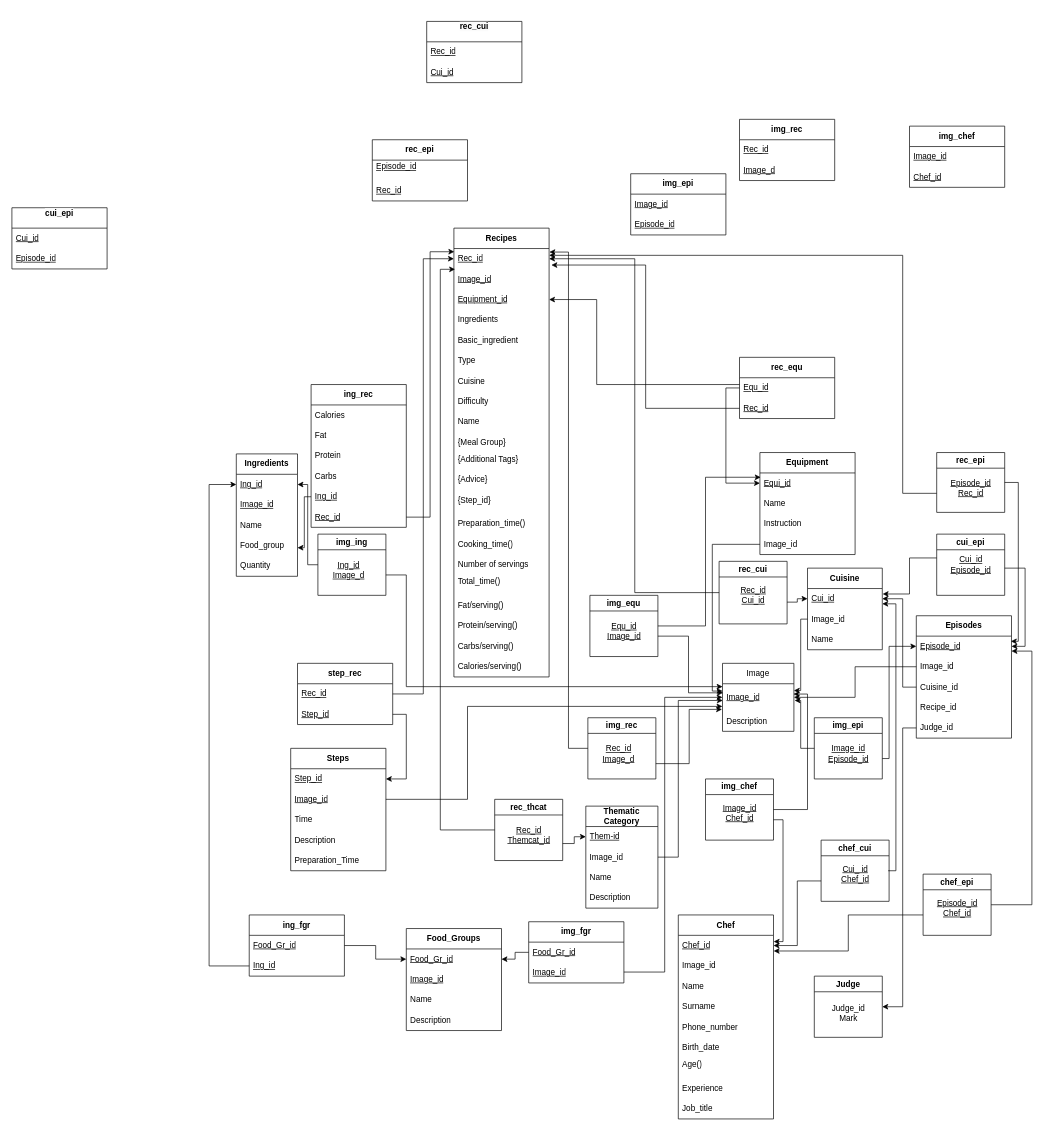
Before: Relational Model.drawio in Stavriana/Databases, a draw.io diagram. Source tidied: cells renumbered, new cells numbered last; positions are measured from the earlier drawing's top-left corner, leaving out a move shared by most shapes. Both pictures are drawn from the tidied source at 68%, with x=0, y=0 at pixel (12, 21).
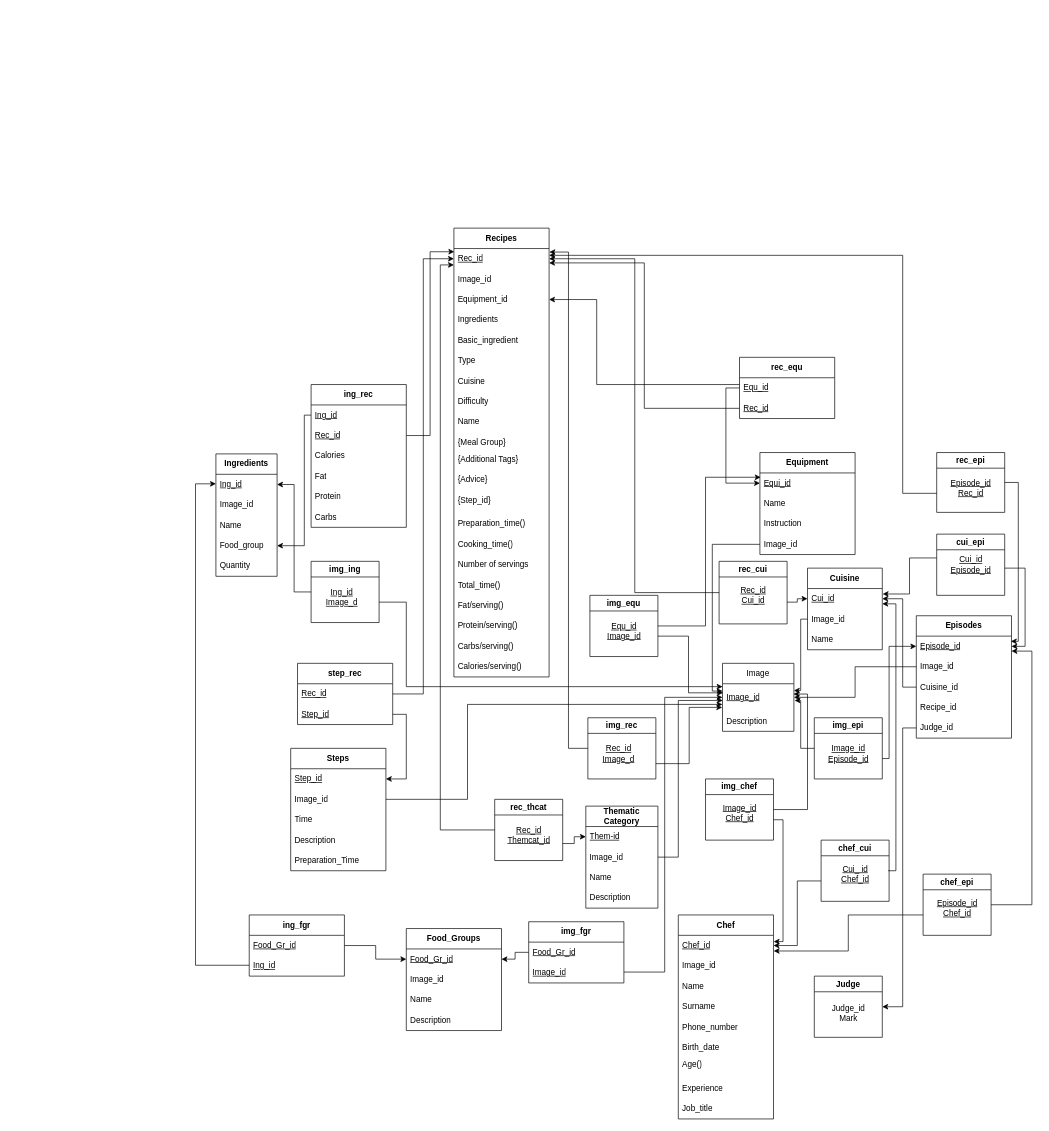
The same diagram, later.

Unchanged cells that the change refers to:
```xml
<mxCell id="9" value="rec_thcat" style="swimlane;whiteSpace=wrap;html=1;" parent="1" vertex="1">
  <mxGeometry x="710" y="1144" width="100" height="90" as="geometry" />
</mxCell>
<mxCell id="20" value="img_rec" style="swimlane;whiteSpace=wrap;html=1;" parent="1" vertex="1">
  <mxGeometry x="847" y="1024" width="100" height="90" as="geometry" />
</mxCell>
<mxCell id="50" value="&lt;u&gt;Ing_id&lt;/u&gt;" style="text;strokeColor=none;fillColor=none;align=left;verticalAlign=middle;spacingLeft=4;spacingRight=4;overflow=hidden;points=[[0,0.5],[1,0.5]];portConstraint=eastwest;whiteSpace=wrap;html=1;" parent="49" vertex="1">
  <mxGeometry y="30" width="90" height="30" as="geometry" />
</mxCell>
<mxCell id="53" value="Food_group" style="text;strokeColor=none;fillColor=none;align=left;verticalAlign=middle;spacingLeft=4;spacingRight=4;overflow=hidden;points=[[0,0.5],[1,0.5]];portConstraint=eastwest;whiteSpace=wrap;html=1;" parent="49" vertex="1">
  <mxGeometry y="120" width="90" height="30" as="geometry" />
</mxCell>
<mxCell id="55" value="&lt;b&gt;ing_rec&lt;/b&gt;" style="swimlane;fontStyle=0;horizontal=1;startSize=30;whiteSpace=wrap;html=1;" parent="1" vertex="1">
  <mxGeometry x="440" y="534" width="140" height="210" as="geometry" />
</mxCell>
<mxCell id="68" value="&lt;b&gt;Steps&lt;/b&gt;" style="swimlane;fontStyle=0;horizontal=1;startSize=30;whiteSpace=wrap;html=1;" parent="1" vertex="1">
  <mxGeometry x="410" y="1069" width="140" height="180" as="geometry" />
</mxCell>
<mxCell id="80" value="&lt;b&gt;Food_Groups&lt;/b&gt;" style="swimlane;fontStyle=0;horizontal=1;startSize=30;whiteSpace=wrap;html=1;" parent="1" vertex="1">
  <mxGeometry x="580" y="1334" width="140" height="150" as="geometry" />
</mxCell>
<mxCell id="91" value="&lt;u&gt;Ing_id&lt;/u&gt;" style="text;strokeColor=none;fillColor=none;align=left;verticalAlign=middle;spacingLeft=4;spacingRight=4;overflow=hidden;points=[[0,0.5],[1,0.5]];portConstraint=eastwest;whiteSpace=wrap;html=1;" parent="89" vertex="1">
  <mxGeometry y="60" width="140" height="30" as="geometry" />
</mxCell>
<mxCell id="124" value="&lt;u style=&quot;text-align: center; text-wrap: nowrap;&quot;&gt;Rec_id&lt;/u&gt;" style="text;strokeColor=none;fillColor=none;align=left;verticalAlign=middle;spacingLeft=4;spacingRight=4;overflow=hidden;points=[[0,0.5],[1,0.5]];portConstraint=eastwest;whiteSpace=wrap;html=1;" parent="122" vertex="1">
  <mxGeometry y="60" width="140" height="30" as="geometry" />
</mxCell>
<mxCell id="125" value="&lt;b&gt;Recipes&lt;/b&gt;" style="swimlane;fontStyle=0;horizontal=1;startSize=30;whiteSpace=wrap;html=1;" parent="1" vertex="1">
  <mxGeometry x="650" y="304" width="140" height="660" as="geometry" />
</mxCell>
<mxCell id="126" value="&lt;u style=&quot;text-align: center; text-wrap: nowrap;&quot;&gt;Rec_id&lt;/u&gt;" style="text;strokeColor=none;fillColor=none;align=left;verticalAlign=middle;spacingLeft=4;spacingRight=4;overflow=hidden;points=[[0,0.5],[1,0.5]];portConstraint=eastwest;whiteSpace=wrap;html=1;" parent="125" vertex="1">
  <mxGeometry y="30" width="140" height="30" as="geometry" />
</mxCell>
<mxCell id="149" value="&lt;u style=&quot;text-align: center; text-wrap: nowrap;&quot;&gt;Image_id&lt;/u&gt;" style="text;strokeColor=none;fillColor=none;align=left;verticalAlign=middle;spacingLeft=4;spacingRight=4;overflow=hidden;points=[[0,0.5],[1,0.5]];portConstraint=eastwest;whiteSpace=wrap;html=1;" parent="148" vertex="1">
  <mxGeometry y="30" width="105" height="40" as="geometry" />
</mxCell>
```

Diff of the diagram source:
```diff
@@
-    <mxCell id="2" style="edgeStyle=elbowEdgeStyle;rounded=0;jettySize=auto;html=1;exitX=0;exitY=0.5;exitDx=0;exitDy=0;entryX=1.024;entryY=-0.191;entryDx=0;entryDy=0;entryPerimeter=0;" parent="1" edge="1" source="124" target="127">
+    <mxCell id="2" style="edgeStyle=elbowEdgeStyle;rounded=0;jettySize=auto;html=1;exitX=0;exitY=0.5;exitDx=0;exitDy=0;entryX=1;entryY=0.704;entryDx=0;entryDy=0;entryPerimeter=0;" parent="1" edge="1" source="124" target="126">
       <mxGeometry relative="1" as="geometry" />
     </mxCell>
@@
-    <mxCell id="7" style="edgeStyle=elbowEdgeStyle;rounded=0;jettySize=auto;html=1;exitX=0;exitY=0.5;exitDx=0;exitDy=0;entryX=0.012;entryY=1.018;entryDx=0;entryDy=0;entryPerimeter=0;" parent="1" edge="1" source="9" target="126">
+    <mxCell id="7" style="edgeStyle=elbowEdgeStyle;rounded=0;jettySize=auto;html=1;exitX=0;exitY=0.5;exitDx=0;exitDy=0;entryX=0;entryY=0.803;entryDx=0;entryDy=0;entryPerimeter=0;" parent="1" edge="1" source="9" target="126">
       <mxGeometry relative="1" as="geometry">
         <Array as="points">
           <mxPoint x="630" y="804" />
           <mxPoint x="620" y="884" />
           <mxPoint x="670" y="959" />
         </Array>
       </mxGeometry>
     </mxCell>
@@
     <mxCell id="49" value="&lt;b&gt;Ingredients&lt;/b&gt;" style="swimlane;fontStyle=0;horizontal=1;startSize=30;whiteSpace=wrap;html=1;" parent="1" vertex="1">
-      <mxGeometry x="330" y="636" width="90" height="180" as="geometry" />
+      <mxGeometry x="300" y="636" width="90" height="180" as="geometry" />
     </mxCell>
@@
-    <mxCell id="51" value="&lt;u&gt;Image_id&lt;/u&gt;" style="text;strokeColor=none;fillColor=none;align=left;verticalAlign=middle;spacingLeft=4;spacingRight=4;overflow=hidden;whiteSpace=wrap;html=1;" parent="49" vertex="1">
+    <mxCell id="51" value="Image_id" style="text;strokeColor=none;fillColor=none;align=left;verticalAlign=middle;spacingLeft=4;spacingRight=4;overflow=hidden;whiteSpace=wrap;html=1;" parent="49" vertex="1">
       <mxGeometry y="60" width="90" height="30" as="geometry" />
     </mxCell>
@@
+    <mxCell id="60" value="&lt;u&gt;Ing_id&lt;/u&gt;" style="text;strokeColor=none;fillColor=none;align=left;verticalAlign=middle;spacingLeft=4;spacingRight=4;overflow=hidden;points=[[0,0.5],[1,0.5]];portConstraint=eastwest;whiteSpace=wrap;html=1;" parent="55" vertex="1">
+      <mxGeometry y="30" width="140" height="30" as="geometry" />
+    </mxCell>
+    <mxCell id="61" value="&lt;u&gt;Rec_id&lt;/u&gt;" style="text;strokeColor=none;fillColor=none;align=left;verticalAlign=middle;spacingLeft=4;spacingRight=4;overflow=hidden;points=[[0,0.5],[1,0.5]];portConstraint=eastwest;whiteSpace=wrap;html=1;" parent="55" vertex="1">
+      <mxGeometry y="60" width="140" height="30" as="geometry" />
+    </mxCell>
     <mxCell id="56" value="Calories" style="text;strokeColor=none;fillColor=none;align=left;verticalAlign=middle;spacingLeft=4;spacingRight=4;overflow=hidden;whiteSpace=wrap;html=1;" parent="55" vertex="1">
-      <mxGeometry y="30" width="140" height="30" as="geometry" />
+      <mxGeometry y="90" width="140" height="30" as="geometry" />
     </mxCell>
     <mxCell id="57" value="Fat" style="text;strokeColor=none;fillColor=none;align=left;verticalAlign=middle;spacingLeft=4;spacingRight=4;overflow=hidden;whiteSpace=wrap;html=1;" parent="55" vertex="1">
-      <mxGeometry y="60" width="140" height="30" as="geometry" />
+      <mxGeometry y="120" width="140" height="30" as="geometry" />
     </mxCell>
     <mxCell id="58" value="Protein" style="text;strokeColor=none;fillColor=none;align=left;verticalAlign=middle;spacingLeft=4;spacingRight=4;overflow=hidden;whiteSpace=wrap;html=1;" parent="55" vertex="1">
-      <mxGeometry y="90" width="140" height="30" as="geometry" />
+      <mxGeometry y="150" width="140" height="30" as="geometry" />
     </mxCell>
     <mxCell id="59" value="Carbs" style="text;strokeColor=none;fillColor=none;align=left;verticalAlign=middle;spacingLeft=4;spacingRight=4;overflow=hidden;whiteSpace=wrap;html=1;" parent="55" vertex="1">
-      <mxGeometry y="120" width="140" height="30" as="geometry" />
+      <mxGeometry y="180" width="140" height="30" as="geometry" />
     </mxCell>
-    <mxCell id="60" value="&lt;u&gt;Ing_id&lt;/u&gt;" style="text;strokeColor=none;fillColor=none;align=left;verticalAlign=middle;spacingLeft=4;spacingRight=4;overflow=hidden;points=[[0,0.5],[1,0.5]];portConstraint=eastwest;whiteSpace=wrap;html=1;" parent="55" vertex="1">
-      <mxGeometry y="150" width="140" height="30" as="geometry" />
-    </mxCell>
-    <mxCell id="61" value="&lt;u&gt;Rec_id&lt;/u&gt;" style="text;strokeColor=none;fillColor=none;align=left;verticalAlign=middle;spacingLeft=4;spacingRight=4;overflow=hidden;points=[[0,0.5],[1,0.5]];portConstraint=eastwest;whiteSpace=wrap;html=1;" parent="55" vertex="1">
-      <mxGeometry y="180" width="140" height="30" as="geometry" />
-    </mxCell>
@@
-    <mxCell id="63" style="edgeStyle=elbowEdgeStyle;rounded=0;jettySize=auto;html=1;exitX=0;exitY=0.5;exitDx=0;exitDy=0;" parent="1" edge="1" source="60">
+    <mxCell id="63" style="edgeStyle=elbowEdgeStyle;rounded=0;jettySize=auto;html=1;exitX=0;exitY=0.5;exitDx=0;exitDy=0;entryX=1;entryY=0.5;entryDx=0;entryDy=0;" parent="1" edge="1" source="60" target="53">
       <mxGeometry relative="1" as="geometry">
-        <mxPoint x="420" y="774" as="targetPoint" />
+        <Array as="points">
+          <mxPoint x="430" y="674" />
+        </Array>
       </mxGeometry>
     </mxCell>
     <mxCell id="64" style="edgeStyle=elbowEdgeStyle;rounded=0;jettySize=auto;html=1;entryX=0.001;entryY=0.107;entryDx=0;entryDy=0;entryPerimeter=0;" parent="1" edge="1" target="149">
       <mxGeometry relative="1" as="geometry">
-        <mxPoint x="550" y="814" as="sourcePoint" />
+        <mxPoint x="540" y="854" as="sourcePoint" />
         <Array as="points">
           <mxPoint x="580" y="957.8" />
         </Array>
       </mxGeometry>
     </mxCell>
     <mxCell id="65" value="img_ing" style="swimlane;whiteSpace=wrap;html=1;startSize=23;" parent="1" vertex="1">
-      <mxGeometry x="450" y="754" width="100" height="90" as="geometry" />
+      <mxGeometry x="440" y="794" width="100" height="90" as="geometry" />
     </mxCell>
@@
-    <mxCell id="70" value="&lt;u&gt;Image_id&lt;/u&gt;" style="text;strokeColor=none;fillColor=none;align=left;verticalAlign=middle;spacingLeft=4;spacingRight=4;overflow=hidden;points=[[0,0.5],[1,0.5]];portConstraint=eastwest;whiteSpace=wrap;html=1;" parent="68" vertex="1">
+    <mxCell id="70" value="Image_id" style="text;strokeColor=none;fillColor=none;align=left;verticalAlign=middle;spacingLeft=4;spacingRight=4;overflow=hidden;points=[[0,0.5],[1,0.5]];portConstraint=eastwest;whiteSpace=wrap;html=1;" parent="68" vertex="1">
       <mxGeometry y="60" width="140" height="30" as="geometry" />
     </mxCell>
@@
-    <mxCell id="74" style="edgeStyle=elbowEdgeStyle;rounded=0;jettySize=auto;html=1;exitX=1;exitY=0.5;exitDx=0;exitDy=0;entryX=-0.001;entryY=0.833;entryDx=0;entryDy=0;entryPerimeter=0;" parent="1" edge="1" source="70" target="149">
+    <mxCell id="74" style="edgeStyle=elbowEdgeStyle;rounded=0;jettySize=auto;html=1;exitX=1;exitY=0.5;exitDx=0;exitDy=0;entryX=-0.001;entryY=0.76;entryDx=0;entryDy=0;entryPerimeter=0;" parent="1" edge="1" source="70" target="149">
       <mxGeometry relative="1" as="geometry">
         <Array as="points">
           <mxPoint x="670" y="1064" />
         </Array>
       </mxGeometry>
     </mxCell>
@@
-    <mxCell id="82" value="&lt;u&gt;Image_id&lt;/u&gt;" style="text;strokeColor=none;fillColor=none;align=left;verticalAlign=middle;spacingLeft=4;spacingRight=4;overflow=hidden;whiteSpace=wrap;html=1;" parent="80" vertex="1">
+    <mxCell id="82" value="Image_id" style="text;strokeColor=none;fillColor=none;align=left;verticalAlign=middle;spacingLeft=4;spacingRight=4;overflow=hidden;whiteSpace=wrap;html=1;" parent="80" vertex="1">
       <mxGeometry y="60" width="140" height="30" as="geometry" />
     </mxCell>
@@
-    <mxCell id="93" style="edgeStyle=elbowEdgeStyle;rounded=0;jettySize=auto;html=1;exitX=0;exitY=0.5;exitDx=0;exitDy=0;entryX=0;entryY=0.5;entryDx=0;entryDy=0;" parent="1" edge="1" source="91" target="50">
+    <mxCell id="93" style="edgeStyle=elbowEdgeStyle;rounded=0;orthogonalLoop=1;jettySize=auto;html=1;exitX=0;exitY=0.5;exitDx=0;exitDy=0;entryX=0;entryY=0.5;entryDx=0;entryDy=0;" parent="1" edge="1">
       <mxGeometry relative="1" as="geometry">
+        <mxPoint x="349" y="1388" as="sourcePoint" />
+        <mxPoint x="300" y="680" as="targetPoint" />
         <Array as="points">
-          <mxPoint x="290" y="1024" />
+          <mxPoint x="270" y="1033" />
         </Array>
       </mxGeometry>
     </mxCell>
-    <mxCell id="94" value="&lt;span style=&quot;font-weight: 700;&quot;&gt;img_rec&lt;/span&gt;" style="swimlane;fontStyle=0;horizontal=1;startSize=30;whiteSpace=wrap;html=1;" parent="1" vertex="1">
-      <mxGeometry x="1070" y="144" width="140" height="90" as="geometry" />
-    </mxCell>
-    <mxCell id="95" value="&lt;u style=&quot;text-align: center; text-wrap: nowrap;&quot;&gt;Rec_id&lt;/u&gt;" style="text;strokeColor=none;fillColor=none;align=left;verticalAlign=middle;spacingLeft=4;spacingRight=4;overflow=hidden;whiteSpace=wrap;html=1;" parent="94" vertex="1">
-      <mxGeometry y="30" width="140" height="30" as="geometry" />
-    </mxCell>
-    <mxCell id="96" value="&lt;u style=&quot;text-align: center; text-wrap: nowrap;&quot;&gt;Image_d&lt;/u&gt;" style="text;strokeColor=none;fillColor=none;align=left;verticalAlign=middle;spacingLeft=4;spacingRight=4;overflow=hidden;whiteSpace=wrap;html=1;" parent="94" vertex="1">
-      <mxGeometry y="60" width="140" height="30" as="geometry" />
-    </mxCell>
-    <mxCell id="97" value="&#10;&lt;span style=&quot;color: rgb(0, 0, 0); font-family: Helvetica; font-size: 12px; font-style: normal; font-variant-ligatures: normal; font-variant-caps: normal; font-weight: 700; letter-spacing: normal; orphans: 2; text-align: center; text-indent: 0px; text-transform: none; widows: 2; word-spacing: 0px; -webkit-text-stroke-width: 0px; white-space: normal; background-color: rgb(251, 251, 251); text-decoration-thickness: initial; text-decoration-style: initial; text-decoration-color: initial; display: inline !important; float: none;&quot;&gt;cui_epi&lt;/span&gt;&#10;&#10;" style="swimlane;fontStyle=0;horizontal=1;startSize=30;whiteSpace=wrap;html=1;" parent="1" vertex="1">
-      <mxGeometry y="274" width="140" height="90" as="geometry" />
-    </mxCell>
-    <mxCell id="98" value="&lt;u style=&quot;text-align: center; text-wrap: nowrap;&quot;&gt;Cui_id&lt;/u&gt;" style="text;strokeColor=none;fillColor=none;align=left;verticalAlign=middle;spacingLeft=4;spacingRight=4;overflow=hidden;whiteSpace=wrap;html=1;" parent="97" vertex="1">
-      <mxGeometry y="30" width="140" height="30" as="geometry" />
-    </mxCell>
-    <mxCell id="99" value="&lt;u style=&quot;text-align: center; text-wrap: nowrap;&quot;&gt;Episode_id&lt;/u&gt;" style="text;strokeColor=none;fillColor=none;align=left;verticalAlign=middle;spacingLeft=4;spacingRight=4;overflow=hidden;whiteSpace=wrap;html=1;" parent="97" vertex="1">
-      <mxGeometry y="60" width="140" height="30" as="geometry" />
-    </mxCell>
-    <mxCell id="100" value="&#10;&lt;span style=&quot;color: rgb(0, 0, 0); font-family: Helvetica; font-size: 12px; font-style: normal; font-variant-ligatures: normal; font-variant-caps: normal; font-weight: 700; letter-spacing: normal; orphans: 2; text-align: center; text-indent: 0px; text-transform: none; widows: 2; word-spacing: 0px; -webkit-text-stroke-width: 0px; white-space: normal; background-color: rgb(251, 251, 251); text-decoration-thickness: initial; text-decoration-style: initial; text-decoration-color: initial; display: inline !important; float: none;&quot;&gt;rec_cui&lt;/span&gt;&#10;&#10;" style="swimlane;fontStyle=0;horizontal=1;startSize=30;whiteSpace=wrap;html=1;" parent="1" vertex="1">
-      <mxGeometry x="610" width="140" height="90" as="geometry" />
-    </mxCell>
-    <mxCell id="101" value="&lt;u style=&quot;text-align: center; text-wrap: nowrap;&quot;&gt;Rec_id&lt;/u&gt;" style="text;strokeColor=none;fillColor=none;align=left;verticalAlign=middle;spacingLeft=4;spacingRight=4;overflow=hidden;whiteSpace=wrap;html=1;" parent="100" vertex="1">
-      <mxGeometry y="30" width="140" height="30" as="geometry" />
-    </mxCell>
-    <mxCell id="102" value="&lt;u style=&quot;text-align: center; text-wrap: nowrap;&quot;&gt;Cui_id&lt;/u&gt;" style="text;strokeColor=none;fillColor=none;align=left;verticalAlign=middle;spacingLeft=4;spacingRight=4;overflow=hidden;whiteSpace=wrap;html=1;" parent="100" vertex="1">
-      <mxGeometry y="60" width="140" height="30" as="geometry" />
-    </mxCell>
-    <mxCell id="103" value="&lt;span style=&quot;font-weight: 700;&quot;&gt;rec_epi&lt;/span&gt;" style="swimlane;fontStyle=0;horizontal=1;startSize=30;whiteSpace=wrap;html=1;" parent="1" vertex="1">
-      <mxGeometry x="530" y="174" width="140" height="90" as="geometry" />
-    </mxCell>
-    <mxCell id="104" value="&lt;u style=&quot;text-align: center; text-wrap: nowrap;&quot;&gt;Episode_id&lt;/u&gt;&lt;div&gt;&lt;u style=&quot;text-align: center; text-wrap: nowrap;&quot;&gt;&lt;br&gt;&lt;/u&gt;&lt;/div&gt;" style="text;strokeColor=none;fillColor=none;align=left;verticalAlign=middle;spacingLeft=4;spacingRight=4;overflow=hidden;whiteSpace=wrap;html=1;" parent="103" vertex="1">
-      <mxGeometry y="30" width="140" height="30" as="geometry" />
-    </mxCell>
-    <mxCell id="105" value="&lt;u style=&quot;text-align: center; text-wrap: nowrap;&quot;&gt;Rec_id&lt;/u&gt;" style="text;strokeColor=none;fillColor=none;align=left;verticalAlign=middle;spacingLeft=4;spacingRight=4;overflow=hidden;whiteSpace=wrap;html=1;" parent="103" vertex="1">
-      <mxGeometry y="60" width="140" height="30" as="geometry" />
-    </mxCell>
-    <mxCell id="106" value="&lt;span style=&quot;font-weight: 700;&quot;&gt;img_chef&lt;/span&gt;" style="swimlane;fontStyle=0;horizontal=1;startSize=30;whiteSpace=wrap;html=1;" parent="1" vertex="1">
-      <mxGeometry x="1320" y="154" width="140" height="90" as="geometry" />
-    </mxCell>
-    <mxCell id="107" value="&lt;u style=&quot;text-align: center; text-wrap: nowrap;&quot;&gt;Image_id&lt;/u&gt;" style="text;strokeColor=none;fillColor=none;align=left;verticalAlign=middle;spacingLeft=4;spacingRight=4;overflow=hidden;whiteSpace=wrap;html=1;" parent="106" vertex="1">
-      <mxGeometry y="30" width="140" height="30" as="geometry" />
-    </mxCell>
-    <mxCell id="108" value="&lt;u style=&quot;text-align: center; text-wrap: nowrap;&quot;&gt;Chef_id&lt;/u&gt;" style="text;strokeColor=none;fillColor=none;align=left;verticalAlign=middle;spacingLeft=4;spacingRight=4;overflow=hidden;whiteSpace=wrap;html=1;" parent="106" vertex="1">
-      <mxGeometry y="60" width="140" height="30" as="geometry" />
-    </mxCell>
-    <mxCell id="109" value="&lt;span style=&quot;font-weight: 700;&quot;&gt;img_epi&lt;/span&gt;" style="swimlane;fontStyle=0;horizontal=1;startSize=30;whiteSpace=wrap;html=1;" parent="1" vertex="1">
-      <mxGeometry x="910" y="224" width="140" height="90" as="geometry" />
-    </mxCell>
-    <mxCell id="110" value="&lt;u style=&quot;text-align: center; text-wrap: nowrap;&quot;&gt;Image_id&lt;/u&gt;" style="text;strokeColor=none;fillColor=none;align=left;verticalAlign=middle;spacingLeft=4;spacingRight=4;overflow=hidden;whiteSpace=wrap;html=1;" parent="109" vertex="1">
-      <mxGeometry y="30" width="140" height="30" as="geometry" />
-    </mxCell>
-    <mxCell id="111" value="&lt;u style=&quot;text-align: center; text-wrap: nowrap;&quot;&gt;Episode_id&lt;/u&gt;" style="text;strokeColor=none;fillColor=none;align=left;verticalAlign=middle;spacingLeft=4;spacingRight=4;overflow=hidden;whiteSpace=wrap;html=1;" parent="109" vertex="1">
-      <mxGeometry y="60" width="140" height="30" as="geometry" />
-    </mxCell>
@@
-    <mxCell id="127" value="&lt;u style=&quot;text-align: center; text-wrap: nowrap;&quot;&gt;Image_id&lt;/u&gt;" style="text;strokeColor=none;fillColor=none;align=left;verticalAlign=middle;spacingLeft=4;spacingRight=4;overflow=hidden;points=[[0,0.5],[1,0.5]];portConstraint=eastwest;whiteSpace=wrap;html=1;" parent="125" vertex="1">
+    <mxCell id="127" value="&lt;span style=&quot;text-align: center; text-wrap: nowrap;&quot;&gt;Image_id&lt;/span&gt;" style="text;strokeColor=none;fillColor=none;align=left;verticalAlign=middle;spacingLeft=4;spacingRight=4;overflow=hidden;points=[[0,0.5],[1,0.5]];portConstraint=eastwest;whiteSpace=wrap;html=1;" parent="125" vertex="1">
       <mxGeometry y="60" width="140" height="30" as="geometry" />
     </mxCell>
-    <mxCell id="128" value="&lt;u style=&quot;text-align: center; text-wrap: nowrap;&quot;&gt;Equipment_id&lt;/u&gt;" style="text;strokeColor=none;fillColor=none;align=left;verticalAlign=middle;spacingLeft=4;spacingRight=4;overflow=hidden;points=[[0,0.5],[1,0.5]];portConstraint=eastwest;whiteSpace=wrap;html=1;" parent="125" vertex="1">
+    <mxCell id="128" value="&lt;span style=&quot;text-align: center; text-wrap: nowrap;&quot;&gt;Equipment_id&lt;/span&gt;" style="text;strokeColor=none;fillColor=none;align=left;verticalAlign=middle;spacingLeft=4;spacingRight=4;overflow=hidden;points=[[0,0.5],[1,0.5]];portConstraint=eastwest;whiteSpace=wrap;html=1;" parent="125" vertex="1">
       <mxGeometry y="90" width="140" height="30" as="geometry" />
     </mxCell>
@@
-    <mxCell id="142" value="&lt;div style=&quot;text-align: center; text-wrap: nowrap;&quot;&gt;Total_time()&lt;/div&gt;&lt;div&gt;&lt;br&gt;&lt;/div&gt;" style="text;strokeColor=none;fillColor=none;align=left;verticalAlign=middle;spacingLeft=4;spacingRight=4;overflow=hidden;whiteSpace=wrap;html=1;" parent="125" vertex="1">
+    <mxCell id="142" value="&lt;div style=&quot;text-wrap: nowrap;&quot;&gt;&lt;div&gt;Total_time()&lt;/div&gt;&lt;/div&gt;" style="text;strokeColor=none;fillColor=none;align=left;verticalAlign=middle;spacingLeft=4;spacingRight=4;overflow=hidden;whiteSpace=wrap;html=1;" parent="125" vertex="1">
       <mxGeometry y="510" width="140" height="30" as="geometry" />
     </mxCell>
@@
-    <mxCell id="174" style="edgeStyle=elbowEdgeStyle;rounded=0;jettySize=auto;html=1;exitX=1;exitY=0.75;exitDx=0;exitDy=0;entryX=-0.007;entryY=0.943;entryDx=0;entryDy=0;entryPerimeter=0;" parent="1" edge="1" source="20" target="149">
+    <mxCell id="174" style="edgeStyle=elbowEdgeStyle;rounded=0;jettySize=auto;html=1;exitX=1;exitY=0.75;exitDx=0;exitDy=0;entryX=-0.004;entryY=0.869;entryDx=0;entryDy=0;entryPerimeter=0;" parent="1" edge="1" source="20" target="149">
       <mxGeometry relative="1" as="geometry" />
     </mxCell>
```
